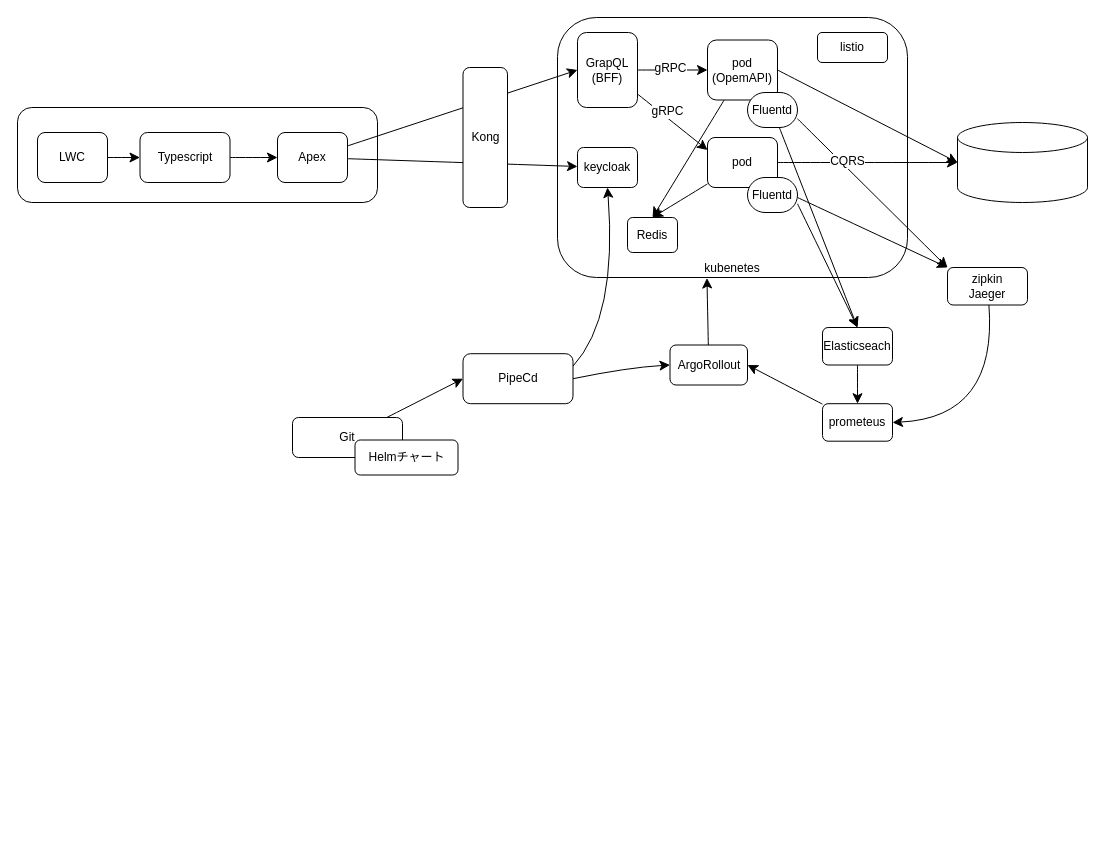
The draw.io diagram system.drawio in amakatsu/salesforce, before the edit. Source tidied: cells renumbered, new cells numbered last; positions are measured from the earlier drawing's top-left corner, leaving out a move shared by most shapes. Both pictures are drawn from the tidied source at 100%, with x=0, y=0 at pixel (17, 17).
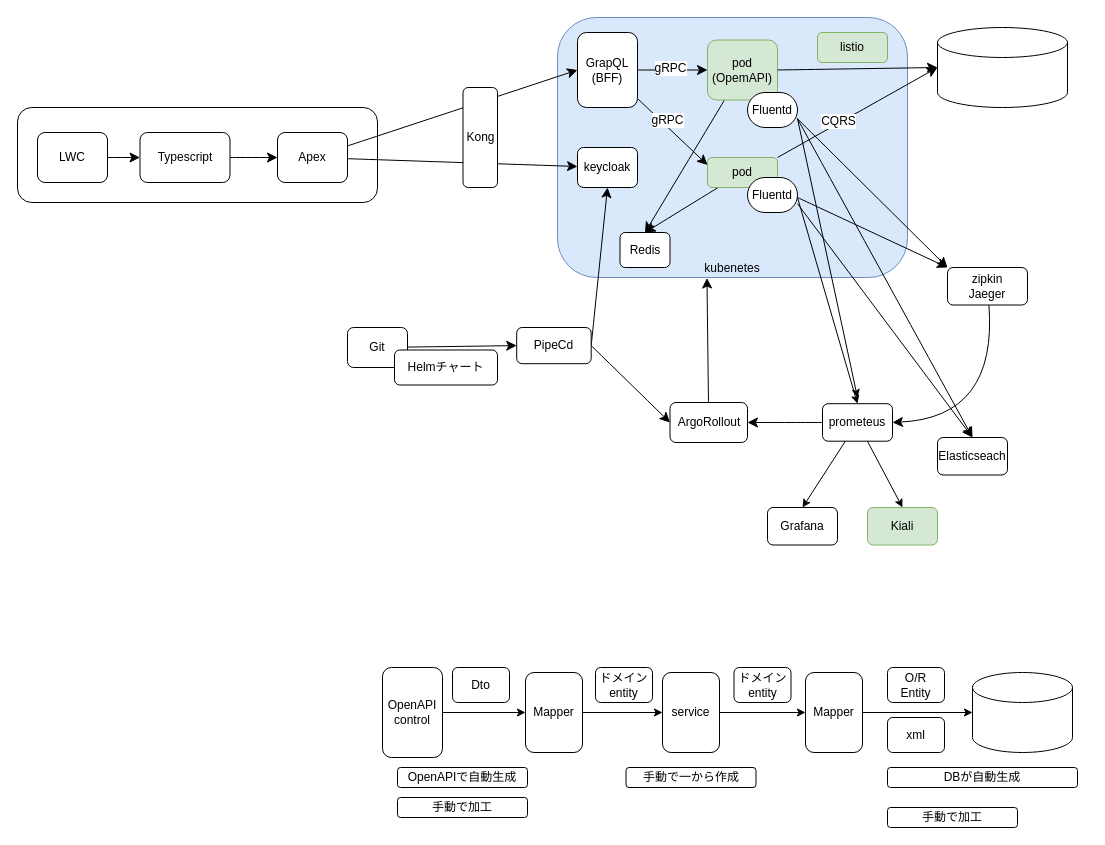
Above is the later version.

The change refers to these unchanged cells:
```xml
<mxCell id="18" value="keycloak" style="rounded=1;whiteSpace=wrap;html=1;" parent="1" vertex="1">
  <mxGeometry x="560" y="130" width="60" height="40" as="geometry" />
</mxCell>
<mxCell id="27" value="prometeus" style="rounded=1;whiteSpace=wrap;html=1;" parent="1" vertex="1">
  <mxGeometry x="805" y="386.2" width="70" height="37.5" as="geometry" />
</mxCell>
<mxCell id="34" value="Fluentd" style="rounded=1;whiteSpace=wrap;html=1;direction=south;arcSize=50;" parent="1" vertex="1">
  <mxGeometry x="730" y="75" width="50" height="35" as="geometry" />
</mxCell>
```

Diff of the diagram source:
```diff
@@
-    <mxCell id="8" value="kubenetes" style="rounded=1;whiteSpace=wrap;html=1;verticalAlign=bottom;" parent="1" vertex="1">
+    <mxCell id="8" value="kubenetes" style="rounded=1;whiteSpace=wrap;html=1;verticalAlign=bottom;fillColor=#dae8fc;strokeColor=#6c8ebf;" parent="1" vertex="1">
       <mxGeometry x="540" width="350" height="260" as="geometry" />
     </mxCell>
@@
-    <mxCell id="16" value="pod&lt;div&gt;(OpemAPI)&lt;/div&gt;" style="rounded=1;whiteSpace=wrap;html=1;" parent="1" vertex="1">
+    <mxCell id="16" value="pod&lt;div&gt;(OpemAPI)&lt;/div&gt;" style="rounded=1;whiteSpace=wrap;html=1;fillColor=#d5e8d4;strokeColor=#82b366;" parent="1" vertex="1">
       <mxGeometry x="690" y="22.5" width="70" height="60" as="geometry" />
     </mxCell>
     <mxCell id="17" style="shape=cylinder3;whiteSpace=wrap;html=1;boundedLbl=1;backgroundOutline=1;size=15;" parent="1" vertex="1">
-      <mxGeometry x="940" y="105" width="130" height="80" as="geometry" />
+      <mxGeometry x="920" y="10" width="130" height="80" as="geometry" />
     </mxCell>
@@
-    <mxCell id="20" value="listio" style="rounded=1;whiteSpace=wrap;html=1;" parent="1" vertex="1">
+    <mxCell id="20" value="listio" style="rounded=1;whiteSpace=wrap;html=1;fillColor=#d5e8d4;strokeColor=#82b366;" parent="1" vertex="1">
       <mxGeometry x="800" y="15" width="70" height="30" as="geometry" />
     </mxCell>
@@
-    <mxCell id="22" style="edgeStyle=none;curved=1;rounded=0;jettySize=auto;html=1;entryX=0;entryY=0.5;entryDx=0;entryDy=0;entryPerimeter=0;fontSize=12;startSize=8;endSize=8;" parent="1" edge="1" source="29" target="17">
+    <mxCell id="22" style="edgeStyle=none;curved=1;rounded=0;jettySize=auto;html=1;entryX=0;entryY=0.5;entryDx=0;entryDy=0;entryPerimeter=0;fontSize=12;startSize=8;endSize=8;exitX=1;exitY=0;exitDx=0;exitDy=0;exitPerimeter=0;" parent="1" edge="1" source="29" target="17">
       <mxGeometry relative="1" as="geometry" />
     </mxCell>
@@
     <mxCell id="24" value="Redis" style="rounded=1;whiteSpace=wrap;html=1;direction=south;" parent="1" vertex="1">
-      <mxGeometry x="610" y="200" width="50" height="35" as="geometry" />
+      <mxGeometry x="602.5" y="215" width="50" height="35" as="geometry" />
     </mxCell>
@@
+    <mxCell id="48" style="edgeStyle=none;html=1;entryX=0.5;entryY=0;entryDx=0;entryDy=0;" parent="1" edge="1" source="27" target="52">
+      <mxGeometry relative="1" as="geometry" />
+    </mxCell>
+    <mxCell id="49" style="edgeStyle=none;html=1;entryX=0.5;entryY=0;entryDx=0;entryDy=0;" parent="1" edge="1" source="27" target="53">
+      <mxGeometry relative="1" as="geometry" />
+    </mxCell>
@@
-    <mxCell id="29" value="pod" style="rounded=1;whiteSpace=wrap;html=1;" parent="1" vertex="1">
-      <mxGeometry x="690" y="120" width="70" height="50" as="geometry" />
+    <mxCell id="29" value="pod" style="rounded=1;whiteSpace=wrap;html=1;fillColor=#d5e8d4;strokeColor=#82b366;" parent="1" vertex="1">
+      <mxGeometry x="690" y="140" width="70" height="30" as="geometry" />
     </mxCell>
@@
+    <mxCell id="50" style="edgeStyle=none;html=1;entryX=0.5;entryY=0;entryDx=0;entryDy=0;" parent="1" edge="1" target="27">
+      <mxGeometry relative="1" as="geometry">
+        <mxPoint x="780" y="180" as="sourcePoint" />
+      </mxGeometry>
+    </mxCell>
@@
-    <mxCell id="33" style="edgeStyle=none;curved=1;rounded=0;jettySize=auto;html=1;entryX=0.5;entryY=0;entryDx=0;entryDy=0;fontSize=12;startSize=8;endSize=8;" parent="1" edge="1" source="34" target="47">
+    <mxCell id="33" style="edgeStyle=none;curved=1;rounded=0;jettySize=auto;html=1;entryX=0.5;entryY=0;entryDx=0;entryDy=0;fontSize=12;startSize=8;endSize=8;exitX=0.75;exitY=0;exitDx=0;exitDy=0;" parent="1" edge="1" source="34" target="47">
       <mxGeometry relative="1" as="geometry" />
     </mxCell>
+    <mxCell id="51" style="edgeStyle=none;html=1;exitX=0.75;exitY=0;exitDx=0;exitDy=0;" parent="1" edge="1" source="34">
+      <mxGeometry relative="1" as="geometry">
+        <mxPoint x="840" y="380" as="targetPoint" />
+      </mxGeometry>
+    </mxCell>
@@
     <mxCell id="36" value="Git" style="rounded=1;whiteSpace=wrap;html=1;" parent="1" vertex="1">
-      <mxGeometry x="275" y="400" width="110" height="40" as="geometry" />
+      <mxGeometry x="330" y="310" width="60" height="40" as="geometry" />
     </mxCell>
-    <mxCell id="37" style="edgeStyle=none;curved=1;rounded=0;jettySize=auto;html=1;entryX=0.5;entryY=1;entryDx=0;entryDy=0;fontSize=12;startSize=8;endSize=8;exitX=1;exitY=0.25;exitDx=0;exitDy=0;" parent="1" edge="1" source="39" target="18">
-      <mxGeometry relative="1" as="geometry">
-        <Array as="points">
-          <mxPoint x="600" y="300" />
-        </Array>
-      </mxGeometry>
+    <mxCell id="37" style="edgeStyle=none;curved=1;rounded=0;jettySize=auto;html=1;entryX=0.5;entryY=1;entryDx=0;entryDy=0;fontSize=12;startSize=8;endSize=8;exitX=1;exitY=0.5;exitDx=0;exitDy=0;" parent="1" edge="1" source="39" target="18">
+      <mxGeometry relative="1" as="geometry" />
     </mxCell>
     <mxCell id="38" style="edgeStyle=none;curved=1;rounded=0;jettySize=auto;html=1;entryX=0;entryY=0.5;entryDx=0;entryDy=0;fontSize=12;startSize=8;endSize=8;exitX=1;exitY=0.5;exitDx=0;exitDy=0;" parent="1" edge="1" source="39" target="41">
-      <mxGeometry relative="1" as="geometry">
-        <Array as="points">
-          <mxPoint x="610" y="350" />
-        </Array>
-      </mxGeometry>
+      <mxGeometry relative="1" as="geometry" />
     </mxCell>
     <mxCell id="39" value="&lt;div&gt;&lt;div&gt;PipeCd&lt;/div&gt;&lt;/div&gt;" style="rounded=1;whiteSpace=wrap;html=1;" parent="1" vertex="1">
-      <mxGeometry x="445.5" y="336.2" width="110" height="50" as="geometry" />
+      <mxGeometry x="499.2" y="310" width="74.5" height="36.2" as="geometry" />
     </mxCell>
     <mxCell id="40" value="Helmチャート" style="rounded=1;whiteSpace=wrap;html=1;" parent="1" vertex="1">
-      <mxGeometry x="337.5" y="422.5" width="103" height="35" as="geometry" />
+      <mxGeometry x="377" y="332.5" width="103" height="35" as="geometry" />
     </mxCell>
     <mxCell id="41" value="ArgoRollout" style="rounded=1;whiteSpace=wrap;html=1;" parent="1" vertex="1">
-      <mxGeometry x="652.5" y="327.5" width="77.5" height="40" as="geometry" />
+      <mxGeometry x="652.5" y="385" width="77.5" height="40" as="geometry" />
     </mxCell>
     <mxCell id="42" value="Kong" style="rounded=1;whiteSpace=wrap;html=1;" parent="1" vertex="1">
-      <mxGeometry x="445.5" y="50" width="44.5" height="140" as="geometry" />
+      <mxGeometry x="445.5" y="70" width="34.5" height="100" as="geometry" />
     </mxCell>
@@
-    <mxCell id="46" style="edgeStyle=none;curved=1;rounded=0;jettySize=auto;html=1;entryX=0.5;entryY=0;entryDx=0;entryDy=0;fontSize=12;startSize=8;endSize=8;" parent="1" edge="1" source="47" target="27">
-      <mxGeometry relative="1" as="geometry" />
-    </mxCell>
     <mxCell id="47" value="Elasticseach" style="rounded=1;whiteSpace=wrap;html=1;" parent="1" vertex="1">
-      <mxGeometry x="805" y="310" width="70" height="37.5" as="geometry" />
+      <mxGeometry x="920" y="420" width="70" height="37.5" as="geometry" />
     </mxCell>
+    <mxCell id="52" value="Grafana" style="rounded=1;whiteSpace=wrap;html=1;" parent="1" vertex="1">
+      <mxGeometry x="750" y="490" width="70" height="37.5" as="geometry" />
+    </mxCell>
+    <mxCell id="53" value="Kiali" style="rounded=1;whiteSpace=wrap;html=1;fillColor=#d5e8d4;strokeColor=#82b366;" parent="1" vertex="1">
+      <mxGeometry x="850" y="490" width="70" height="37.5" as="geometry" />
+    </mxCell>
+    <mxCell id="54" style="edgeStyle=none;html=1;entryX=0;entryY=0.5;entryDx=0;entryDy=0;" parent="1" edge="1" source="55" target="58">
+      <mxGeometry relative="1" as="geometry" />
+    </mxCell>
+    <mxCell id="55" value="OpenAPI&lt;div&gt;control&lt;/div&gt;" style="rounded=1;whiteSpace=wrap;html=1;" parent="1" vertex="1">
+      <mxGeometry x="365" y="650" width="60" height="90" as="geometry" />
+    </mxCell>
+    <mxCell id="56" value="ドメインentity" style="rounded=1;whiteSpace=wrap;html=1;" parent="1" vertex="1">
+      <mxGeometry x="578" y="650" width="57" height="35" as="geometry" />
+    </mxCell>
+    <mxCell id="57" style="edgeStyle=none;html=1;entryX=0;entryY=0.5;entryDx=0;entryDy=0;" parent="1" edge="1" source="58" target="61">
+      <mxGeometry relative="1" as="geometry" />
+    </mxCell>
+    <mxCell id="58" value="Mapper" style="rounded=1;whiteSpace=wrap;html=1;" parent="1" vertex="1">
+      <mxGeometry x="508" y="655" width="57" height="80" as="geometry" />
+    </mxCell>
+    <mxCell id="59" value="Dto" style="rounded=1;whiteSpace=wrap;html=1;" parent="1" vertex="1">
+      <mxGeometry x="435" y="650" width="57" height="35" as="geometry" />
+    </mxCell>
+    <mxCell id="60" style="edgeStyle=none;html=1;" parent="1" edge="1" source="61" target="64">
+      <mxGeometry relative="1" as="geometry" />
+    </mxCell>
+    <mxCell id="61" value="service" style="rounded=1;whiteSpace=wrap;html=1;" parent="1" vertex="1">
+      <mxGeometry x="645" y="655" width="57" height="80" as="geometry" />
+    </mxCell>
+    <mxCell id="62" value="&lt;span style=&quot;color: rgb(0, 0, 0);&quot;&gt;ドメインentity&lt;/span&gt;" style="rounded=1;whiteSpace=wrap;html=1;" parent="1" vertex="1">
+      <mxGeometry x="716.5" y="650" width="57" height="35" as="geometry" />
+    </mxCell>
+    <mxCell id="63" style="edgeStyle=none;html=1;" parent="1" edge="1" source="64" target="66">
+      <mxGeometry relative="1" as="geometry" />
+    </mxCell>
+    <mxCell id="64" value="Mapper" style="rounded=1;whiteSpace=wrap;html=1;" parent="1" vertex="1">
+      <mxGeometry x="788" y="655" width="57" height="80" as="geometry" />
+    </mxCell>
+    <mxCell id="65" value="xml" style="rounded=1;whiteSpace=wrap;html=1;" parent="1" vertex="1">
+      <mxGeometry x="870" y="700" width="57" height="35" as="geometry" />
+    </mxCell>
+    <mxCell id="66" style="shape=cylinder3;whiteSpace=wrap;html=1;boundedLbl=1;backgroundOutline=1;size=15;" parent="1" vertex="1">
+      <mxGeometry x="955" y="655" width="100" height="80" as="geometry" />
+    </mxCell>
+    <mxCell id="67" value="DBが自動生成" style="rounded=1;whiteSpace=wrap;html=1;" parent="1" vertex="1">
+      <mxGeometry x="870" y="750" width="190" height="20" as="geometry" />
+    </mxCell>
+    <mxCell id="68" value="OpenAPIで自動生成" style="rounded=1;whiteSpace=wrap;html=1;" parent="1" vertex="1">
+      <mxGeometry x="380" y="750" width="130" height="20" as="geometry" />
+    </mxCell>
+    <mxCell id="69" value="手動で加工" style="rounded=1;whiteSpace=wrap;html=1;" parent="1" vertex="1">
+      <mxGeometry x="380" y="780" width="130" height="20" as="geometry" />
+    </mxCell>
+    <mxCell id="70" value="手動で一から作成" style="rounded=1;whiteSpace=wrap;html=1;" parent="1" vertex="1">
+      <mxGeometry x="608.5" y="750" width="130" height="20" as="geometry" />
+    </mxCell>
+    <mxCell id="71" value="&lt;div&gt;O/R&lt;/div&gt;Entity" style="rounded=1;whiteSpace=wrap;html=1;" parent="1" vertex="1">
+      <mxGeometry x="870" y="650" width="57" height="35" as="geometry" />
+    </mxCell>
+    <mxCell id="72" value="手動で加工" style="rounded=1;whiteSpace=wrap;html=1;" parent="1" vertex="1">
+      <mxGeometry x="870" y="790" width="130" height="20" as="geometry" />
+    </mxCell>
```
